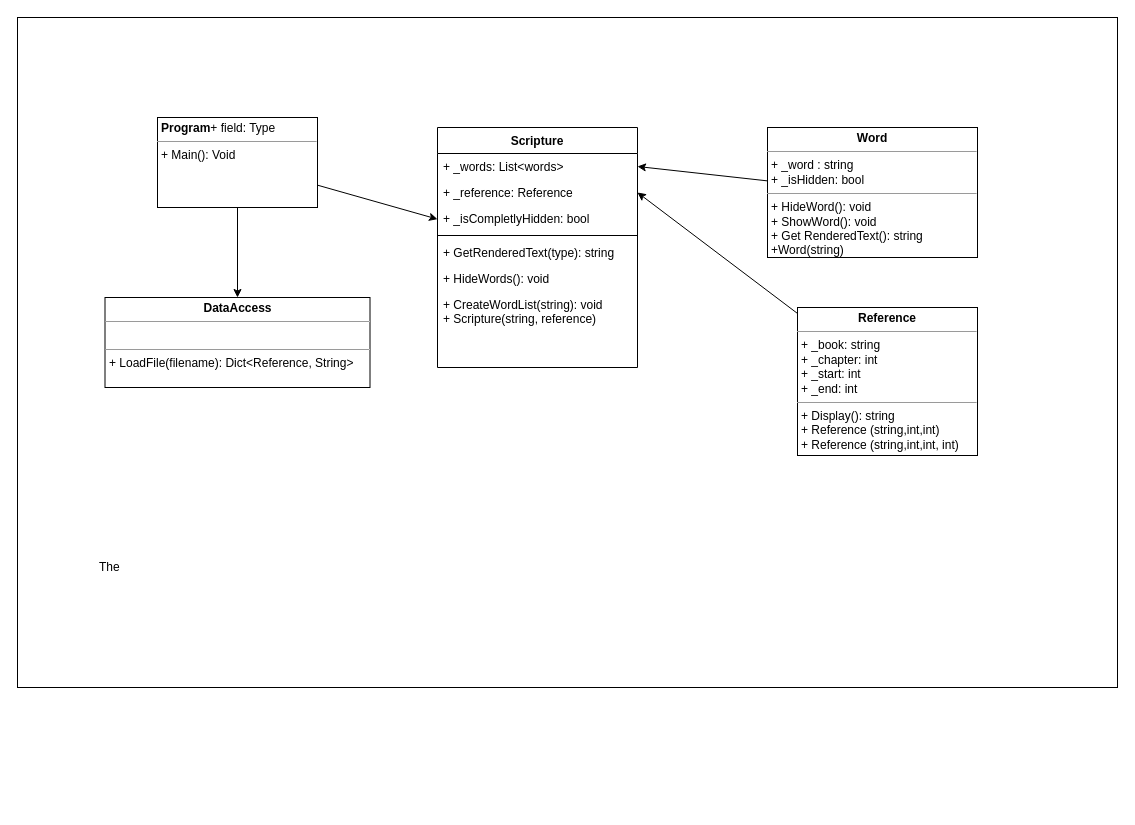
This is prove/Develop03/ClassDiagram.drawio from pdmostert/cse210-hw, a draw.io file, before an edit. Source tidied: cells renumbered, new cells numbered last; positions are measured from the earlier drawing's top-left corner, leaving out a move shared by most shapes. Both pictures are drawn from the tidied source at 100%, with x=0, y=0 at pixel (17, 17).
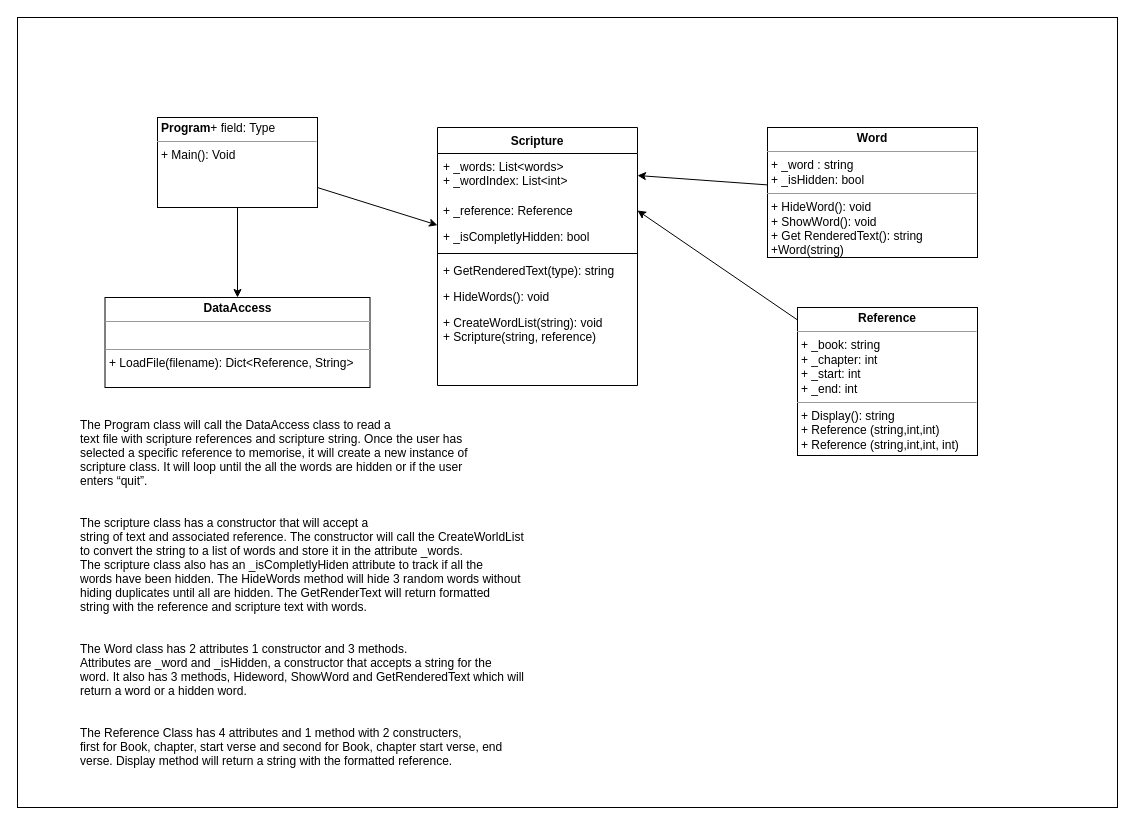
The same page after the edit.

What changed in the source:
```diff
@@
 <mxGraphModel background="#ffffff">
   <root>
     <mxCell id="0" />
     <mxCell id="1" parent="0" />
-    <mxCell id="2" style="rounded=0;whiteSpace=wrap;html=1;fillColor=none;" parent="1" vertex="1">
-      <mxGeometry width="1100" height="670" as="geometry" />
+    <mxCell id="2" style="rounded=0;fillColor=none;fontColor=default;" parent="1" vertex="1">
+      <mxGeometry width="1100" height="790" as="geometry" />
     </mxCell>
     <mxCell id="3" value="Scripture" style="swimlane;fontStyle=1;align=center;verticalAlign=top;horizontal=1;startSize=26;" parent="1" vertex="1">
-      <mxGeometry x="420" y="110" width="200" height="240" as="geometry" />
+      <mxGeometry x="420" y="110" width="200" height="258" as="geometry" />
     </mxCell>
-    <mxCell id="4" value="+ _words: List&lt;words&gt;" style="text;strokeColor=none;fillColor=none;align=left;verticalAlign=top;spacingLeft=4;spacingRight=4;overflow=hidden;points=[[0,0.5],[1,0.5]];portConstraint=eastwest;" parent="3" vertex="1">
-      <mxGeometry y="26" width="200" height="26" as="geometry" />
+    <mxCell id="4" value="+ _words: List&lt;words&gt;&#10;+ _wordIndex: List&lt;int&gt;" style="text;strokeColor=none;fillColor=none;align=left;verticalAlign=top;spacingLeft=4;spacingRight=4;overflow=hidden;points=[[0,0.5],[1,0.5]];portConstraint=eastwest;" parent="3" vertex="1">
+      <mxGeometry y="26" width="200" height="44" as="geometry" />
     </mxCell>
     <mxCell id="5" value="+ _reference: Reference" style="text;strokeColor=none;fillColor=none;align=left;verticalAlign=top;spacingLeft=4;spacingRight=4;overflow=hidden;points=[[0,0.5],[1,0.5]];portConstraint=eastwest;" parent="3" vertex="1">
-      <mxGeometry y="52" width="200" height="26" as="geometry" />
+      <mxGeometry y="70" width="200" height="26" as="geometry" />
     </mxCell>
     <mxCell id="6" value="+ _isCompletlyHidden: bool" style="text;strokeColor=none;fillColor=none;align=left;verticalAlign=top;spacingLeft=4;spacingRight=4;overflow=hidden;" parent="3" vertex="1">
-      <mxGeometry y="78" width="200" height="26" as="geometry" />
+      <mxGeometry y="96" width="200" height="26" as="geometry" />
     </mxCell>
     <mxCell id="7" style="line;strokeWidth=1;fillColor=none;align=left;verticalAlign=middle;spacingTop=-1;spacingLeft=3;spacingRight=3;labelPosition=right;strokeColor=inherit;" parent="3" vertex="1">
-      <mxGeometry y="104" width="200" height="8" as="geometry" />
+      <mxGeometry y="122" width="200" height="8" as="geometry" />
     </mxCell>
     <mxCell id="8" value="+ GetRenderedText(type): string" style="text;strokeColor=none;fillColor=none;align=left;verticalAlign=top;spacingLeft=4;spacingRight=4;overflow=hidden;" parent="3" vertex="1">
-      <mxGeometry y="112" width="200" height="26" as="geometry" />
+      <mxGeometry y="130" width="200" height="26" as="geometry" />
     </mxCell>
     <mxCell id="9" value="+ HideWords(): void" style="text;strokeColor=none;fillColor=none;align=left;verticalAlign=top;spacingLeft=4;spacingRight=4;overflow=hidden;" parent="3" vertex="1">
-      <mxGeometry y="138" width="200" height="26" as="geometry" />
+      <mxGeometry y="156" width="200" height="26" as="geometry" />
     </mxCell>
     <mxCell id="10" value="+ CreateWordList(string): void&#10;+ Scripture(string, reference)" style="text;strokeColor=none;fillColor=none;align=left;verticalAlign=top;spacingLeft=4;spacingRight=4;overflow=hidden;" parent="3" vertex="1">
-      <mxGeometry y="164" width="200" height="76" as="geometry" />
+      <mxGeometry y="182" width="200" height="76" as="geometry" />
     </mxCell>
     <mxCell id="11" style="edgeStyle=none;html=1;" parent="1" edge="1" source="13" target="3">
       <mxGeometry relative="1" as="geometry" />
     </mxCell>
     <mxCell id="12" style="edgeStyle=none;html=1;" parent="1" edge="1" source="13" target="16">
       <mxGeometry relative="1" as="geometry" />
     </mxCell>
     <mxCell id="13" value="&lt;p style=&quot;margin:0px;margin-top:4px;text-align:center;&quot;&gt;&lt;/p&gt;&lt;p style=&quot;margin:0px;margin-left:4px;&quot;&gt;&lt;b&gt;Program&lt;/b&gt;+ field: Type&lt;/p&gt;&lt;hr size=&quot;1&quot;&gt;&lt;p style=&quot;margin:0px;margin-left:4px;&quot;&gt;+ Main(): Void&lt;/p&gt;" style="verticalAlign=top;align=left;overflow=fill;fontSize=12;fontFamily=Helvetica;html=1;" parent="1" vertex="1">
       <mxGeometry x="140" y="100" width="160" height="90" as="geometry" />
     </mxCell>
     <mxCell id="14" style="edgeStyle=none;html=1;entryX=1;entryY=0.5;entryDx=0;entryDy=0;" parent="1" edge="1" source="15" target="4">
       <mxGeometry relative="1" as="geometry" />
     </mxCell>
     <mxCell id="15" value="&lt;p style=&quot;margin:0px;margin-top:4px;text-align:center;&quot;&gt;&lt;b&gt;Word&lt;/b&gt;&lt;/p&gt;&lt;hr size=&quot;1&quot;&gt;&lt;p style=&quot;margin:0px;margin-left:4px;&quot;&gt;&lt;span style=&quot;background-color: initial;&quot;&gt;+ _word : string&lt;/span&gt;&lt;br&gt;&lt;/p&gt;&lt;p style=&quot;margin:0px;margin-left:4px;&quot;&gt;+ _isHidden: bool&lt;/p&gt;&lt;hr size=&quot;1&quot;&gt;&lt;p style=&quot;margin:0px;margin-left:4px;&quot;&gt;+ HideWord(): void&lt;/p&gt;&lt;p style=&quot;margin:0px;margin-left:4px;&quot;&gt;+ ShowWord(): void&lt;/p&gt;&lt;p style=&quot;margin:0px;margin-left:4px;&quot;&gt;+ Get RenderedText(): string&lt;/p&gt;&lt;p style=&quot;margin:0px;margin-left:4px;&quot;&gt;+Word(string)&lt;/p&gt;" style="verticalAlign=top;align=left;overflow=fill;fontSize=12;fontFamily=Helvetica;html=1;" parent="1" vertex="1">
       <mxGeometry x="750" y="110" width="210" height="130" as="geometry" />
     </mxCell>
     <mxCell id="16" value="&lt;p style=&quot;margin:0px;margin-top:4px;text-align:center;&quot;&gt;&lt;b&gt;DataAccess&lt;/b&gt;&lt;/p&gt;&lt;hr size=&quot;1&quot;&gt;&lt;p style=&quot;margin:0px;margin-left:4px;&quot;&gt;&lt;br&gt;&lt;/p&gt;&lt;hr size=&quot;1&quot;&gt;&lt;p style=&quot;margin:0px;margin-left:4px;&quot;&gt;+ LoadFile(filename): Dict&amp;lt;Reference, String&amp;gt;&lt;/p&gt;" style="verticalAlign=top;align=left;overflow=fill;fontSize=12;fontFamily=Helvetica;html=1;" parent="1" vertex="1">
       <mxGeometry x="87.5" y="280" width="265" height="90" as="geometry" />
     </mxCell>
     <mxCell id="17" style="edgeStyle=none;html=1;entryX=1;entryY=0.5;entryDx=0;entryDy=0;" parent="1" edge="1" source="18" target="5">
       <mxGeometry relative="1" as="geometry" />
     </mxCell>
     <mxCell id="18" value="&lt;p style=&quot;margin:0px;margin-top:4px;text-align:center;&quot;&gt;&lt;b&gt;Reference&lt;/b&gt;&lt;/p&gt;&lt;hr size=&quot;1&quot;&gt;&lt;p style=&quot;border-color: var(--border-color); margin: 0px 0px 0px 4px;&quot;&gt;+ _book: string&lt;/p&gt;&lt;p style=&quot;margin:0px;margin-left:4px;&quot;&gt;+ _chapter: int&lt;/p&gt;&lt;p style=&quot;margin:0px;margin-left:4px;&quot;&gt;&lt;span style=&quot;background-color: initial;&quot;&gt;+ _start: int&lt;/span&gt;&lt;br&gt;&lt;/p&gt;&lt;p style=&quot;margin:0px;margin-left:4px;&quot;&gt;+ _end: int&lt;/p&gt;&lt;hr size=&quot;1&quot;&gt;&lt;p style=&quot;margin:0px;margin-left:4px;&quot;&gt;+ Display(): string&lt;/p&gt;&lt;p style=&quot;margin:0px;margin-left:4px;&quot;&gt;+ Reference (string,int,int)&lt;/p&gt;&lt;p style=&quot;margin:0px;margin-left:4px;&quot;&gt;+ Reference (string,int,int, int)&lt;br&gt;&lt;/p&gt;" style="verticalAlign=top;align=left;overflow=fill;fontSize=12;fontFamily=Helvetica;html=1;" parent="1" vertex="1">
       <mxGeometry x="780" y="290" width="180" height="148" as="geometry" />
     </mxCell>
-    <mxCell id="19" value="The&amp;nbsp;" style="text;html=1;strokeColor=none;fillColor=none;align=left;verticalAlign=middle;whiteSpace=wrap;rounded=0;" parent="1" vertex="1">
-      <mxGeometry x="80" y="460" width="890" height="180" as="geometry" />
-    </mxCell>
+    <mxCell id="20" value="The Program class will call the DataAccess class to read a&#10;text file with scripture references and scripture string. Once the user has&#10;selected a specific reference to memorise, it will create a new instance of&#10;scripture class. It will loop until the all the words are hidden or if the user&#10;enters “quit”.&#10;&#10;&#10;The scripture class has a constructor that will accept a&#10;string of text and associated reference. The constructor will call the CreateWorldList&#10;to convert the string to a list of words and store it in the attribute _words.&#10;The scripture class also has an _isCompletlyHiden attribute to track if all the&#10;words have been hidden. The HideWords method will hide 3 random words without&#10;hiding duplicates until all are hidden. The GetRenderText will return formatted&#10;string with the reference and scripture text with words. &#10;&#10;&#10;The Word class has 2 attributes 1 constructor and 3 methods.&#10;Attributes are _word and _isHidden, a constructor that accepts a string for the&#10;word. It also has 3 methods, Hideword, ShowWord and GetRenderedText which will&#10;return a word or a hidden word.&#10;&#10;&#10;The Reference Class has 4 attributes and 1 method with 2 constructers,&#10;first for Book, chapter, start verse and second for Book, chapter start verse, end&#10;verse. Display method will return a string with the formatted reference." style="text;strokeColor=none;fillColor=none;align=left;verticalAlign=middle;rounded=0;labelPosition=center;verticalLabelPosition=middle;fontColor=default;labelBackgroundColor=none;labelBorderColor=none;spacingLeft=0;spacingBottom=0;spacingTop=0;spacingRight=0;spacing=13;" parent="1" vertex="1">
+      <mxGeometry x="50" y="380" width="530" height="390" as="geometry" />
+    </mxCell>
   </root>
 </mxGraphModel>
```
